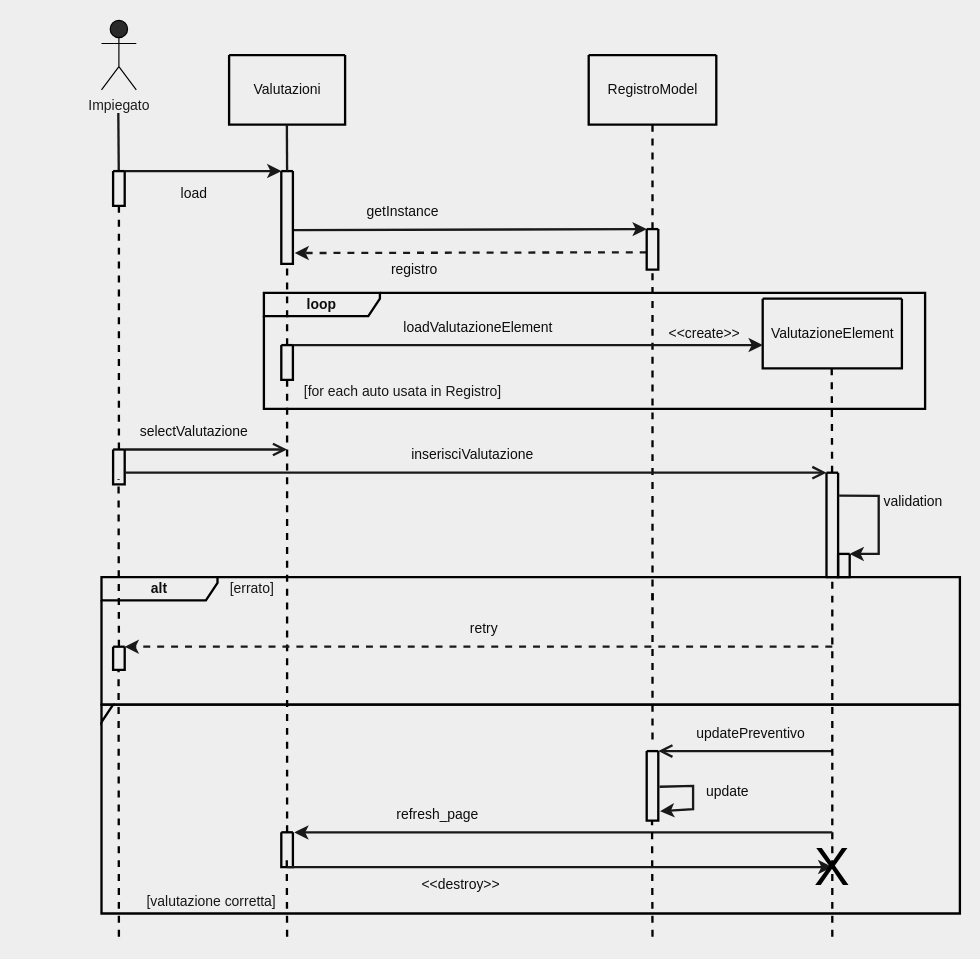
This is doc/valutazioniSeq.drawio from 446f6e6e79/ConfiguratoreAuto, a draw.io file, before an edit. Source tidied: cells renumbered, new cells numbered last; positions are measured from the earlier drawing's top-left corner, leaving out a move shared by most shapes. Both pictures are drawn from the tidied source at 116%, with x=0, y=0 at pixel (20, 20).
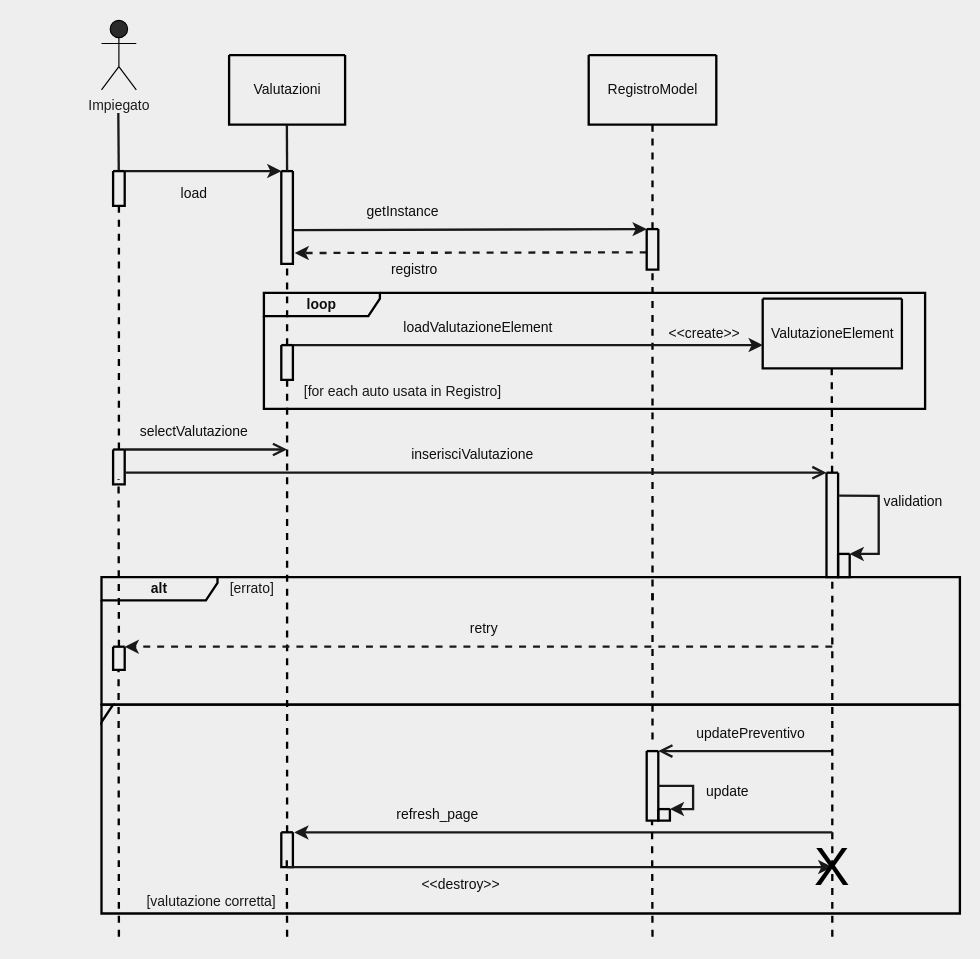
The same diagram, later.

Unchanged cells that the change refers to:
```xml
<mxCell id="39" style="swimlane;startSize=0;labelBackgroundColor=none;strokeColor=#000000;strokeWidth=2;fontColor=#0D0D0D;fillColor=#2A2A2A;" parent="1" vertex="1">
  <mxGeometry x="540" y="630" width="10" height="60" as="geometry" />
</mxCell>
```

What changed in the source:
```diff
@@
-    <mxCell id="52" style="endArrow=classic;html=1;rounded=0;strokeColor=#191919;strokeWidth=2;fontColor=#0D0D0D;entryX=1.157;entryY=0.863;entryDx=0;entryDy=0;exitX=1.109;exitY=0.512;exitDx=0;exitDy=0;exitPerimeter=0;entryPerimeter=0;" parent="1" edge="1" source="39" target="39">
+    <mxCell id="52" style="endArrow=classic;html=1;rounded=0;strokeColor=#191919;strokeWidth=2;fontColor=#0D0D0D;entryX=1;entryY=0;entryDx=0;entryDy=0;exitX=1;exitY=0.5;exitDx=0;exitDy=0;" parent="1" edge="1" source="39" target="66">
       <mxGeometry relative="1" as="geometry">
         <Array as="points">
           <mxPoint x="580" y="660" />
           <mxPoint x="580" y="680" />
         </Array>
       </mxGeometry>
     </mxCell>
@@
+    <mxCell id="66" style="swimlane;startSize=0;labelBackgroundColor=none;strokeColor=#000000;strokeWidth=2;fontColor=#0D0D0D;fillColor=#2A2A2A;" parent="1" vertex="1">
+      <mxGeometry x="550" y="680" width="10" height="10" as="geometry" />
+    </mxCell>
```
